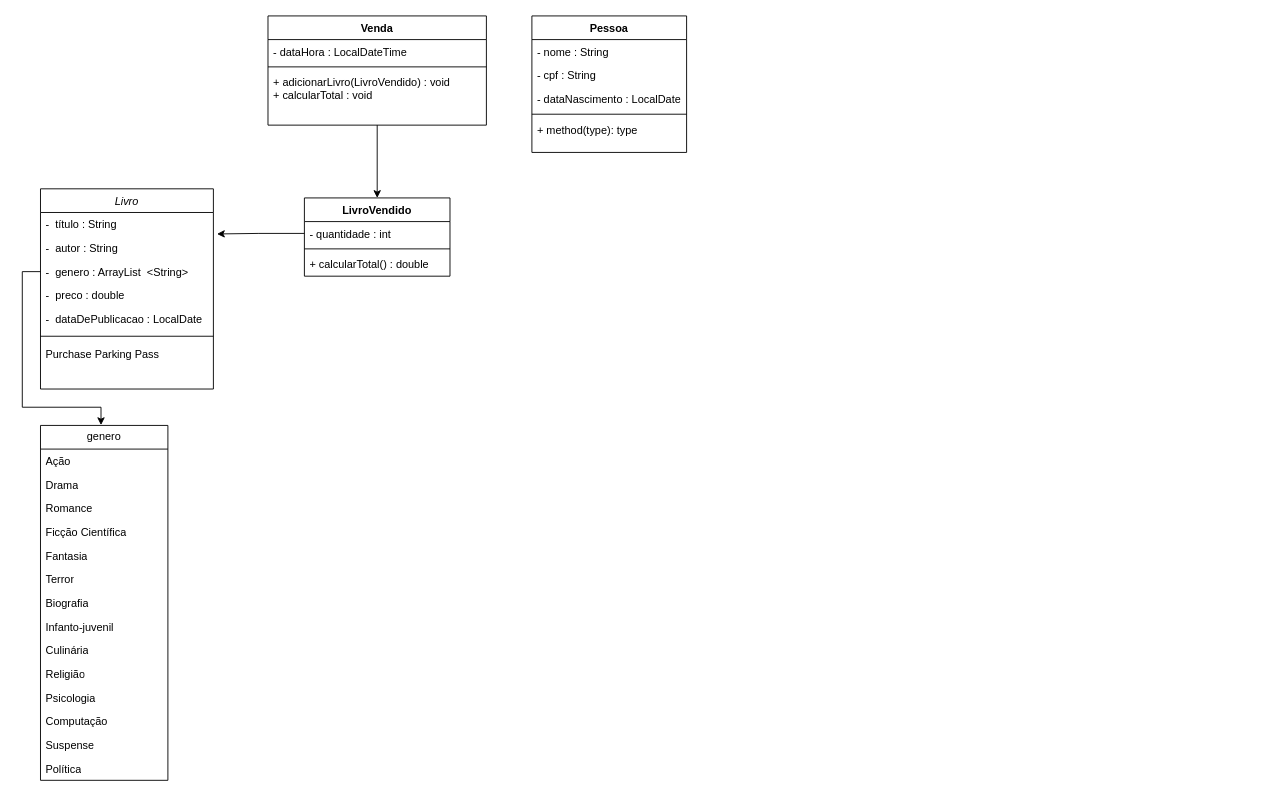
This is Projeto.drawio from Rliveira/ReadEasy, a draw.io file, before an edit. Source tidied: cells renumbered, new cells numbered last; positions are measured from the earlier drawing's top-left corner, leaving out a move shared by most shapes. Both pictures are drawn from the tidied source at 91%, with x=0, y=0 at pixel (22, 15).
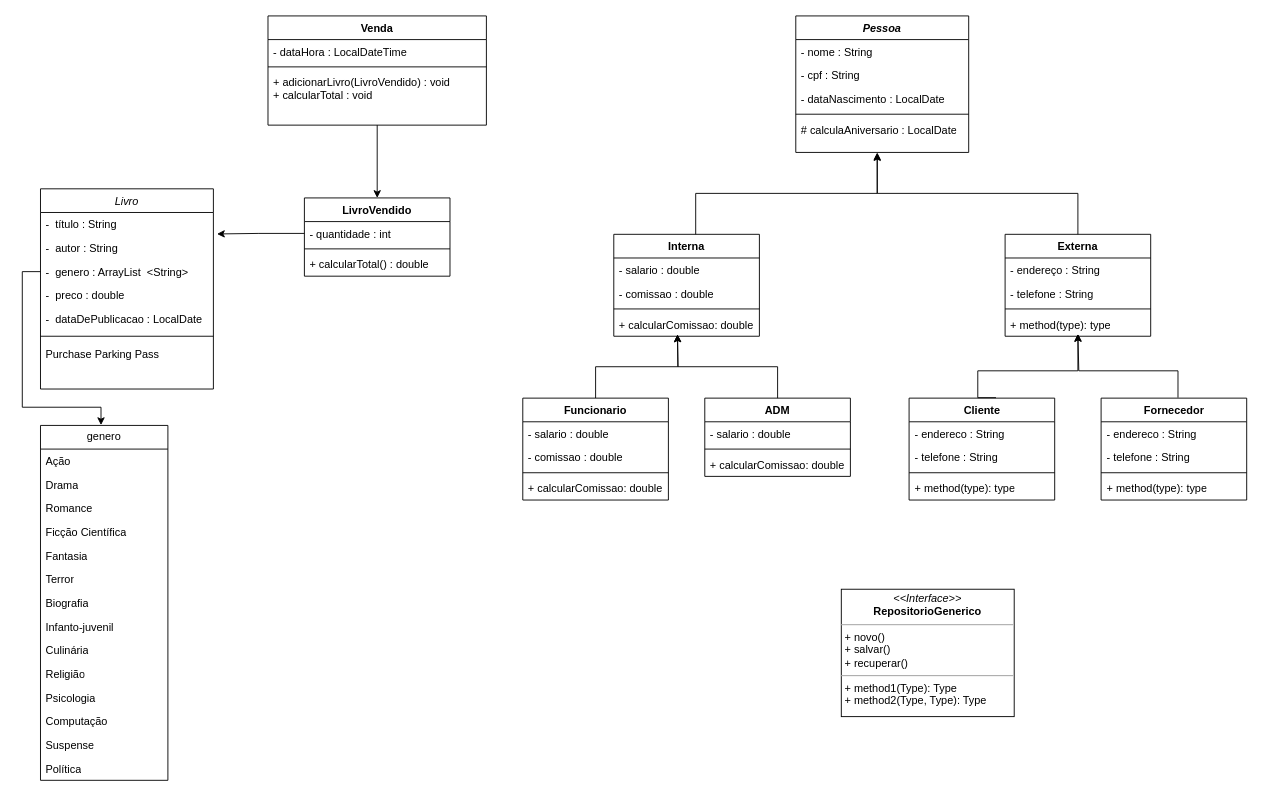
After the change.

The edit, as a diff of the source:
```diff
@@
-    <mxCell id="36" value="Pessoa" style="swimlane;fontStyle=1;align=center;verticalAlign=top;horizontal=1;startSize=26;whiteSpace=wrap;html=1;" parent="1" vertex="1">
-      <mxGeometry x="560" width="170" height="150" as="geometry" />
+    <mxCell id="36" value="&lt;i&gt;Pessoa&lt;/i&gt;" style="swimlane;fontStyle=1;align=center;verticalAlign=top;horizontal=1;startSize=26;whiteSpace=wrap;html=1;" parent="1" vertex="1">
+      <mxGeometry x="850" width="190" height="150" as="geometry" />
     </mxCell>
     <mxCell id="37" value="- nome : String" style="text;strokeColor=none;fillColor=none;align=left;verticalAlign=top;spacingLeft=4;spacingRight=4;overflow=hidden;whiteSpace=wrap;html=1;" parent="36" vertex="1">
-      <mxGeometry y="26" width="170" height="26" as="geometry" />
+      <mxGeometry y="26" width="190" height="26" as="geometry" />
     </mxCell>
     <mxCell id="38" value="- cpf : String" style="text;strokeColor=none;fillColor=none;align=left;verticalAlign=top;spacingLeft=4;spacingRight=4;overflow=hidden;whiteSpace=wrap;html=1;" parent="36" vertex="1">
-      <mxGeometry y="52" width="170" height="26" as="geometry" />
+      <mxGeometry y="52" width="190" height="26" as="geometry" />
     </mxCell>
     <mxCell id="39" value="- dataNascimento : LocalDate" style="text;strokeColor=none;fillColor=none;align=left;verticalAlign=top;spacingLeft=4;spacingRight=4;overflow=hidden;whiteSpace=wrap;html=1;" parent="36" vertex="1">
-      <mxGeometry y="78" width="170" height="26" as="geometry" />
+      <mxGeometry y="78" width="190" height="26" as="geometry" />
     </mxCell>
     <mxCell id="40" style="line;strokeWidth=1;fillColor=none;align=left;verticalAlign=middle;spacingTop=-1;spacingLeft=3;spacingRight=3;labelPosition=right;strokeColor=inherit;" parent="36" vertex="1">
-      <mxGeometry y="104" width="170" height="8" as="geometry" />
+      <mxGeometry y="104" width="190" height="8" as="geometry" />
     </mxCell>
-    <mxCell id="41" value="+ method(type): type" style="text;strokeColor=none;fillColor=none;align=left;verticalAlign=top;spacingLeft=4;spacingRight=4;overflow=hidden;points=[[0,0.5],[1,0.5]];portConstraint=eastwest;whiteSpace=wrap;html=1;" parent="36" vertex="1">
-      <mxGeometry y="112" width="170" height="38" as="geometry" />
+    <mxCell id="41" value="# calculaAniversario : LocalDate" style="text;strokeColor=none;fillColor=none;align=left;verticalAlign=top;spacingLeft=4;spacingRight=4;overflow=hidden;points=[[0,0.5],[1,0.5]];portConstraint=eastwest;whiteSpace=wrap;html=1;" parent="36" vertex="1">
+      <mxGeometry y="112" width="190" height="38" as="geometry" />
     </mxCell>
+    <mxCell id="42" value="Interna" style="swimlane;fontStyle=1;align=center;verticalAlign=top;horizontal=1;startSize=26;whiteSpace=wrap;html=1;" parent="1" vertex="1">
+      <mxGeometry x="650" y="240" width="160" height="112" as="geometry" />
+    </mxCell>
+    <mxCell id="43" value="- salario : double" style="text;strokeColor=none;fillColor=none;align=left;verticalAlign=top;spacingLeft=4;spacingRight=4;overflow=hidden;whiteSpace=wrap;html=1;" parent="42" vertex="1">
+      <mxGeometry y="26" width="160" height="26" as="geometry" />
+    </mxCell>
+    <mxCell id="44" value="- comissao : double" style="text;strokeColor=none;fillColor=none;align=left;verticalAlign=top;spacingLeft=4;spacingRight=4;overflow=hidden;whiteSpace=wrap;html=1;" parent="42" vertex="1">
+      <mxGeometry y="52" width="160" height="26" as="geometry" />
+    </mxCell>
+    <mxCell id="45" style="line;strokeWidth=1;fillColor=none;align=left;verticalAlign=middle;spacingTop=-1;spacingLeft=3;spacingRight=3;labelPosition=right;strokeColor=inherit;" parent="42" vertex="1">
+      <mxGeometry y="78" width="160" height="8" as="geometry" />
+    </mxCell>
+    <mxCell id="46" value="+ calcularComissao: double" style="text;strokeColor=none;fillColor=none;align=left;verticalAlign=top;spacingLeft=4;spacingRight=4;overflow=hidden;whiteSpace=wrap;html=1;" parent="42" vertex="1">
+      <mxGeometry y="86" width="160" height="26" as="geometry" />
+    </mxCell>
+    <mxCell id="47" value="Cliente" style="swimlane;fontStyle=1;align=center;verticalAlign=top;horizontal=1;startSize=26;whiteSpace=wrap;html=1;" parent="1" vertex="1">
+      <mxGeometry x="974.5" y="420" width="160" height="112" as="geometry" />
+    </mxCell>
+    <mxCell id="48" value="- endereco : String" style="text;strokeColor=none;fillColor=none;align=left;verticalAlign=top;spacingLeft=4;spacingRight=4;overflow=hidden;whiteSpace=wrap;html=1;" parent="47" vertex="1">
+      <mxGeometry y="26" width="160" height="26" as="geometry" />
+    </mxCell>
+    <mxCell id="49" value="- telefone : String" style="text;strokeColor=none;fillColor=none;align=left;verticalAlign=top;spacingLeft=4;spacingRight=4;overflow=hidden;whiteSpace=wrap;html=1;" parent="47" vertex="1">
+      <mxGeometry y="52" width="160" height="26" as="geometry" />
+    </mxCell>
+    <mxCell id="50" style="line;strokeWidth=1;fillColor=none;align=left;verticalAlign=middle;spacingTop=-1;spacingLeft=3;spacingRight=3;labelPosition=right;strokeColor=inherit;" parent="47" vertex="1">
+      <mxGeometry y="78" width="160" height="8" as="geometry" />
+    </mxCell>
+    <mxCell id="51" value="+ method(type): type" style="text;strokeColor=none;fillColor=none;align=left;verticalAlign=top;spacingLeft=4;spacingRight=4;overflow=hidden;whiteSpace=wrap;html=1;" parent="47" vertex="1">
+      <mxGeometry y="86" width="160" height="26" as="geometry" />
+    </mxCell>
+    <mxCell id="52" value="Externa" style="swimlane;fontStyle=1;align=center;verticalAlign=top;horizontal=1;startSize=26;whiteSpace=wrap;html=1;" parent="1" vertex="1">
+      <mxGeometry x="1080" y="240" width="160" height="112" as="geometry" />
+    </mxCell>
+    <mxCell id="53" value="- endereço : String" style="text;strokeColor=none;fillColor=none;align=left;verticalAlign=top;spacingLeft=4;spacingRight=4;overflow=hidden;whiteSpace=wrap;html=1;" parent="52" vertex="1">
+      <mxGeometry y="26" width="160" height="26" as="geometry" />
+    </mxCell>
+    <mxCell id="54" value="- telefone : String" style="text;strokeColor=none;fillColor=none;align=left;verticalAlign=top;spacingLeft=4;spacingRight=4;overflow=hidden;whiteSpace=wrap;html=1;" parent="52" vertex="1">
+      <mxGeometry y="52" width="160" height="26" as="geometry" />
+    </mxCell>
+    <mxCell id="55" style="line;strokeWidth=1;fillColor=none;align=left;verticalAlign=middle;spacingTop=-1;spacingLeft=3;spacingRight=3;labelPosition=right;strokeColor=inherit;" parent="52" vertex="1">
+      <mxGeometry y="78" width="160" height="8" as="geometry" />
+    </mxCell>
+    <mxCell id="56" value="+ method(type): type" style="text;strokeColor=none;fillColor=none;align=left;verticalAlign=top;spacingLeft=4;spacingRight=4;overflow=hidden;whiteSpace=wrap;html=1;" parent="52" vertex="1">
+      <mxGeometry y="86" width="160" height="26" as="geometry" />
+    </mxCell>
+    <mxCell id="57" style="edgeStyle=orthogonalEdgeStyle;rounded=0;jettySize=auto;html=1;exitX=0.5;exitY=0;exitDx=0;exitDy=0;entryX=0.471;entryY=1.022;entryDx=0;entryDy=0;entryPerimeter=0;" parent="1" edge="1" target="41">
+      <mxGeometry relative="1" as="geometry">
+        <mxPoint x="740" y="240" as="sourcePoint" />
+        <Array as="points">
+          <mxPoint x="740" y="195" />
+          <mxPoint x="940" y="195" />
+        </Array>
+      </mxGeometry>
+    </mxCell>
+    <mxCell id="58" style="edgeStyle=orthogonalEdgeStyle;rounded=0;jettySize=auto;html=1;exitX=0.5;exitY=0;exitDx=0;exitDy=0;entryX=0.471;entryY=1;entryDx=0;entryDy=0;entryPerimeter=0;" parent="1" edge="1" source="52" target="41">
+      <mxGeometry relative="1" as="geometry" />
+    </mxCell>
+    <mxCell id="59" value="Fornecedor" style="swimlane;fontStyle=1;align=center;verticalAlign=top;horizontal=1;startSize=26;whiteSpace=wrap;html=1;" parent="1" vertex="1">
+      <mxGeometry x="1185.5" y="420" width="160" height="112" as="geometry" />
+    </mxCell>
+    <mxCell id="60" value="- endereco : String" style="text;strokeColor=none;fillColor=none;align=left;verticalAlign=top;spacingLeft=4;spacingRight=4;overflow=hidden;whiteSpace=wrap;html=1;" parent="59" vertex="1">
+      <mxGeometry y="26" width="160" height="26" as="geometry" />
+    </mxCell>
+    <mxCell id="61" value="- telefone : String" style="text;strokeColor=none;fillColor=none;align=left;verticalAlign=top;spacingLeft=4;spacingRight=4;overflow=hidden;whiteSpace=wrap;html=1;" parent="59" vertex="1">
+      <mxGeometry y="52" width="160" height="26" as="geometry" />
+    </mxCell>
+    <mxCell id="62" style="line;strokeWidth=1;fillColor=none;align=left;verticalAlign=middle;spacingTop=-1;spacingLeft=3;spacingRight=3;labelPosition=right;strokeColor=inherit;" parent="59" vertex="1">
+      <mxGeometry y="78" width="160" height="8" as="geometry" />
+    </mxCell>
+    <mxCell id="63" value="+ method(type): type" style="text;strokeColor=none;fillColor=none;align=left;verticalAlign=top;spacingLeft=4;spacingRight=4;overflow=hidden;whiteSpace=wrap;html=1;" parent="59" vertex="1">
+      <mxGeometry y="86" width="160" height="26" as="geometry" />
+    </mxCell>
+    <mxCell id="64" style="edgeStyle=orthogonalEdgeStyle;rounded=0;jettySize=auto;html=1;exitX=0.5;exitY=0;exitDx=0;exitDy=0;" parent="1" edge="1" source="65">
+      <mxGeometry relative="1" as="geometry">
+        <mxPoint x="720" y="350" as="targetPoint" />
+      </mxGeometry>
+    </mxCell>
+    <mxCell id="65" value="Funcionario" style="swimlane;fontStyle=1;align=center;verticalAlign=top;horizontal=1;startSize=26;whiteSpace=wrap;html=1;" parent="1" vertex="1">
+      <mxGeometry x="550" y="420" width="160" height="112" as="geometry" />
+    </mxCell>
+    <mxCell id="66" value="- salario : double" style="text;strokeColor=none;fillColor=none;align=left;verticalAlign=top;spacingLeft=4;spacingRight=4;overflow=hidden;whiteSpace=wrap;html=1;" parent="65" vertex="1">
+      <mxGeometry y="26" width="160" height="26" as="geometry" />
+    </mxCell>
+    <mxCell id="67" value="- comissao : double" style="text;strokeColor=none;fillColor=none;align=left;verticalAlign=top;spacingLeft=4;spacingRight=4;overflow=hidden;whiteSpace=wrap;html=1;" parent="65" vertex="1">
+      <mxGeometry y="52" width="160" height="26" as="geometry" />
+    </mxCell>
+    <mxCell id="68" style="line;strokeWidth=1;fillColor=none;align=left;verticalAlign=middle;spacingTop=-1;spacingLeft=3;spacingRight=3;labelPosition=right;strokeColor=inherit;" parent="65" vertex="1">
+      <mxGeometry y="78" width="160" height="8" as="geometry" />
+    </mxCell>
+    <mxCell id="69" value="+ calcularComissao: double" style="text;strokeColor=none;fillColor=none;align=left;verticalAlign=top;spacingLeft=4;spacingRight=4;overflow=hidden;whiteSpace=wrap;html=1;" parent="65" vertex="1">
+      <mxGeometry y="86" width="160" height="26" as="geometry" />
+    </mxCell>
+    <mxCell id="70" value="ADM" style="swimlane;fontStyle=1;align=center;verticalAlign=top;horizontal=1;startSize=26;whiteSpace=wrap;html=1;" parent="1" vertex="1">
+      <mxGeometry x="750" y="420" width="160" height="86" as="geometry" />
+    </mxCell>
+    <mxCell id="71" value="- salario : double" style="text;strokeColor=none;fillColor=none;align=left;verticalAlign=top;spacingLeft=4;spacingRight=4;overflow=hidden;whiteSpace=wrap;html=1;" parent="70" vertex="1">
+      <mxGeometry y="26" width="160" height="26" as="geometry" />
+    </mxCell>
+    <mxCell id="72" style="line;strokeWidth=1;fillColor=none;align=left;verticalAlign=middle;spacingTop=-1;spacingLeft=3;spacingRight=3;labelPosition=right;strokeColor=inherit;" parent="70" vertex="1">
+      <mxGeometry y="52" width="160" height="8" as="geometry" />
+    </mxCell>
+    <mxCell id="73" value="+ calcularComissao: double" style="text;strokeColor=none;fillColor=none;align=left;verticalAlign=top;spacingLeft=4;spacingRight=4;overflow=hidden;whiteSpace=wrap;html=1;" parent="70" vertex="1">
+      <mxGeometry y="60" width="160" height="26" as="geometry" />
+    </mxCell>
+    <mxCell id="74" style="edgeStyle=orthogonalEdgeStyle;rounded=0;jettySize=auto;html=1;exitX=0.5;exitY=0;exitDx=0;exitDy=0;" parent="1" edge="1" source="70">
+      <mxGeometry relative="1" as="geometry">
+        <mxPoint x="720" y="350" as="targetPoint" />
+      </mxGeometry>
+    </mxCell>
+    <mxCell id="75" style="edgeStyle=orthogonalEdgeStyle;rounded=0;orthogonalLoop=1;jettySize=auto;html=1;exitX=0.5;exitY=0;exitDx=0;exitDy=0;" parent="1" edge="1">
+      <mxGeometry relative="1" as="geometry">
+        <mxPoint x="1270" y="419.5" as="sourcePoint" />
+        <mxPoint x="1160" y="349.5" as="targetPoint" />
+        <Array as="points">
+          <mxPoint x="1270" y="390" />
+          <mxPoint x="1161" y="390" />
+          <mxPoint x="1161" y="350" />
+        </Array>
+      </mxGeometry>
+    </mxCell>
+    <mxCell id="76" style="edgeStyle=orthogonalEdgeStyle;rounded=0;orthogonalLoop=1;jettySize=auto;html=1;exitX=0.5;exitY=0;exitDx=0;exitDy=0;" parent="1" edge="1">
+      <mxGeometry relative="1" as="geometry">
+        <mxPoint x="1070" y="419.5" as="sourcePoint" />
+        <mxPoint x="1160" y="349.5" as="targetPoint" />
+        <Array as="points">
+          <mxPoint x="1050" y="420" />
+          <mxPoint x="1050" y="390" />
+          <mxPoint x="1160" y="390" />
+        </Array>
+      </mxGeometry>
+    </mxCell>
+    <mxCell id="77" value="&lt;p style=&quot;margin:0px;margin-top:4px;text-align:center;&quot;&gt;&lt;i&gt;&amp;lt;&amp;lt;Interface&amp;gt;&amp;gt;&lt;/i&gt;&lt;br&gt;&lt;b&gt;RepositorioGenerico&lt;/b&gt;&lt;/p&gt;&lt;hr size=&quot;1&quot;&gt;&lt;p style=&quot;margin:0px;margin-left:4px;&quot;&gt;+ novo()&amp;nbsp;&lt;br&gt;+ salvar()&lt;/p&gt;&lt;p style=&quot;margin:0px;margin-left:4px;&quot;&gt;+ recuperar()&lt;/p&gt;&lt;hr size=&quot;1&quot;&gt;&lt;p style=&quot;margin:0px;margin-left:4px;&quot;&gt;+ method1(Type): Type&lt;br&gt;+ method2(Type, Type): Type&lt;/p&gt;" style="verticalAlign=top;align=left;overflow=fill;fontSize=12;fontFamily=Helvetica;html=1;whiteSpace=wrap;" parent="1" vertex="1">
+      <mxGeometry x="900" y="630" width="190" height="140" as="geometry" />
+    </mxCell>
```
